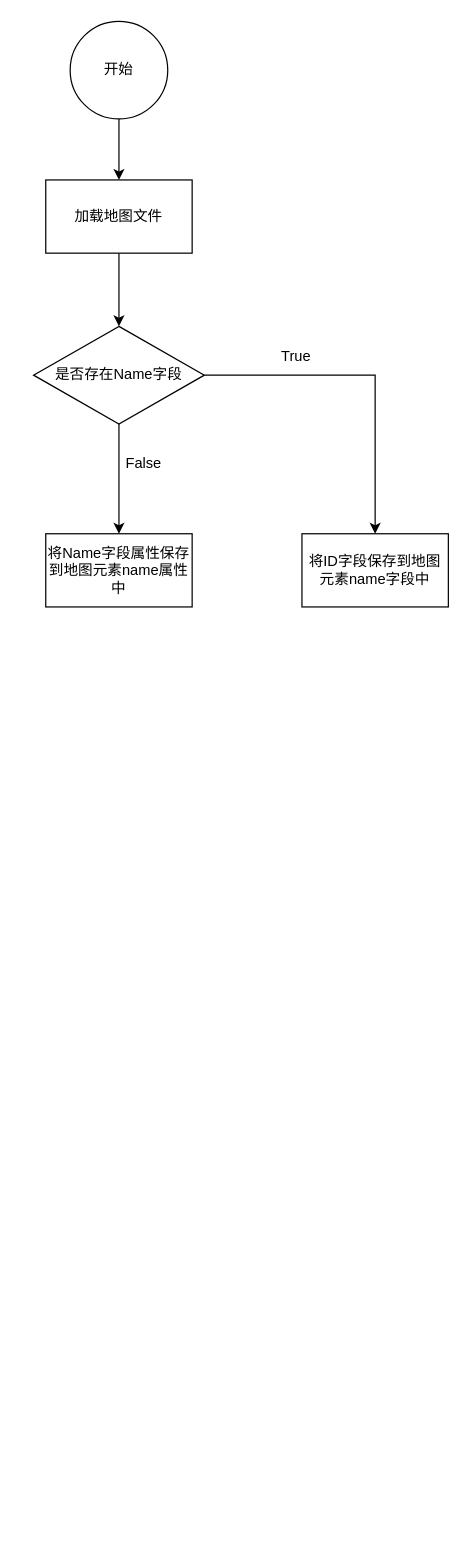
Before: page "兼容旧地图逻辑" (1 of 2) of 兼容新老地图元素ID和name字段流程.drawio in Jev0987/drawioFile, a draw.io diagram. Source tidied: cells renumbered, new cells numbered last; positions are measured from the earlier drawing's top-left corner, leaving out a move shared by most shapes. Both pictures are drawn from the tidied source at 122%, with x=0, y=0 at pixel (33, 21).
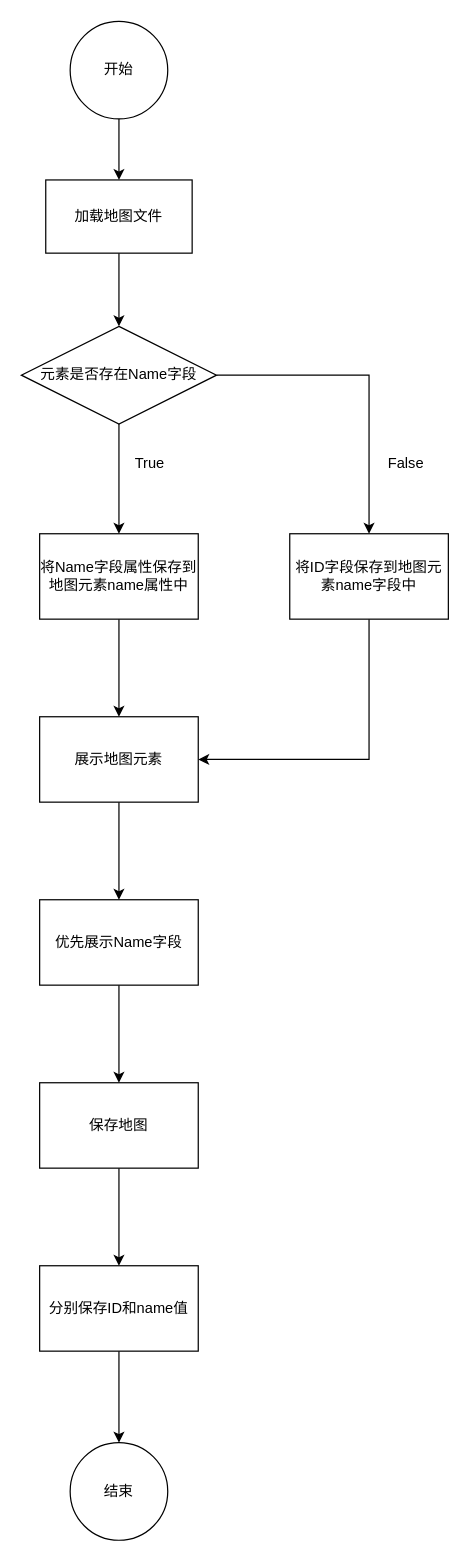
Above is the later version.

Commit message:
更新兼容新老地图元素ID和name字段流程.drawio

What changed in the source:
```diff
@@
-    <mxCell id="6" value="是否存在Name字段" style="rhombus;whiteSpace=wrap;html=1;" parent="1" vertex="1">
-      <mxGeometry y="250" width="140" height="80" as="geometry" />
+    <mxCell id="6" value="元素是否存在Name字段" style="rhombus;whiteSpace=wrap;html=1;" parent="1" vertex="1">
+      <mxGeometry x="-10" y="250" width="160" height="80" as="geometry" />
     </mxCell>
+    <mxCell id="13" style="edgeStyle=orthogonalEdgeStyle;rounded=0;jettySize=auto;html=1;" parent="1" edge="1" source="7" target="16">
+      <mxGeometry relative="1" as="geometry" />
+    </mxCell>
     <mxCell id="7" value="将Name字段属性保存到地图元素name属性中" style="whiteSpace=wrap;html=1;" parent="1" vertex="1">
-      <mxGeometry x="10" y="420" width="120" height="60" as="geometry" />
+      <mxGeometry x="5" y="420" width="130" height="70" as="geometry" />
     </mxCell>
+    <mxCell id="14" style="edgeStyle=orthogonalEdgeStyle;rounded=0;jettySize=auto;html=1;exitX=0.5;exitY=1;exitDx=0;exitDy=0;entryX=1;entryY=0.5;entryDx=0;entryDy=0;" parent="1" edge="1" source="8" target="16">
+      <mxGeometry relative="1" as="geometry" />
+    </mxCell>
     <mxCell id="8" value="将ID字段保存到地图元素name字段中" style="whiteSpace=wrap;html=1;" parent="1" vertex="1">
-      <mxGeometry x="220" y="420" width="120" height="60" as="geometry" />
+      <mxGeometry x="210" y="420" width="130" height="70" as="geometry" />
     </mxCell>
     <mxCell id="9" value="False" style="text;html=1;align=center;verticalAlign=middle;strokeColor=none;fillColor=none;" parent="1" vertex="1">
-      <mxGeometry x="65" y="348" width="50" height="30" as="geometry" />
+      <mxGeometry x="280" y="348" width="50" height="30" as="geometry" />
     </mxCell>
     <mxCell id="10" value="True" style="text;html=1;align=center;verticalAlign=middle;strokeColor=none;fillColor=none;" parent="1" vertex="1">
-      <mxGeometry x="190" y="260" width="50" height="30" as="geometry" />
+      <mxGeometry x="70" y="348" width="50" height="30" as="geometry" />
     </mxCell>
@@
+    <mxCell id="15" style="edgeStyle=orthogonalEdgeStyle;rounded=0;jettySize=auto;html=1;" parent="1" edge="1" source="16" target="18">
+      <mxGeometry relative="1" as="geometry" />
+    </mxCell>
+    <mxCell id="16" value="展示地图元素" style="whiteSpace=wrap;html=1;" parent="1" vertex="1">
+      <mxGeometry x="5" y="570" width="130" height="70" as="geometry" />
+    </mxCell>
+    <mxCell id="17" style="edgeStyle=orthogonalEdgeStyle;rounded=0;jettySize=auto;html=1;" parent="1" edge="1" source="18" target="20">
+      <mxGeometry relative="1" as="geometry" />
+    </mxCell>
+    <mxCell id="18" value="优先展示Name字段" style="whiteSpace=wrap;html=1;" parent="1" vertex="1">
+      <mxGeometry x="5" y="720" width="130" height="70" as="geometry" />
+    </mxCell>
+    <mxCell id="19" style="edgeStyle=orthogonalEdgeStyle;rounded=0;jettySize=auto;html=1;" parent="1" edge="1" source="20" target="22">
+      <mxGeometry relative="1" as="geometry" />
+    </mxCell>
+    <mxCell id="20" value="保存地图" style="whiteSpace=wrap;html=1;" parent="1" vertex="1">
+      <mxGeometry x="5" y="870" width="130" height="70" as="geometry" />
+    </mxCell>
+    <mxCell id="21" style="edgeStyle=orthogonalEdgeStyle;rounded=0;jettySize=auto;html=1;" parent="1" edge="1" source="22" target="23">
+      <mxGeometry relative="1" as="geometry" />
+    </mxCell>
+    <mxCell id="22" value="分别保存ID和name值" style="whiteSpace=wrap;html=1;" parent="1" vertex="1">
+      <mxGeometry x="5" y="1020" width="130" height="70" as="geometry" />
+    </mxCell>
+    <mxCell id="23" value="结束" style="ellipse;whiteSpace=wrap;html=1;" parent="1" vertex="1">
+      <mxGeometry x="30" y="1165" width="80" height="80" as="geometry" />
+    </mxCell>
```
